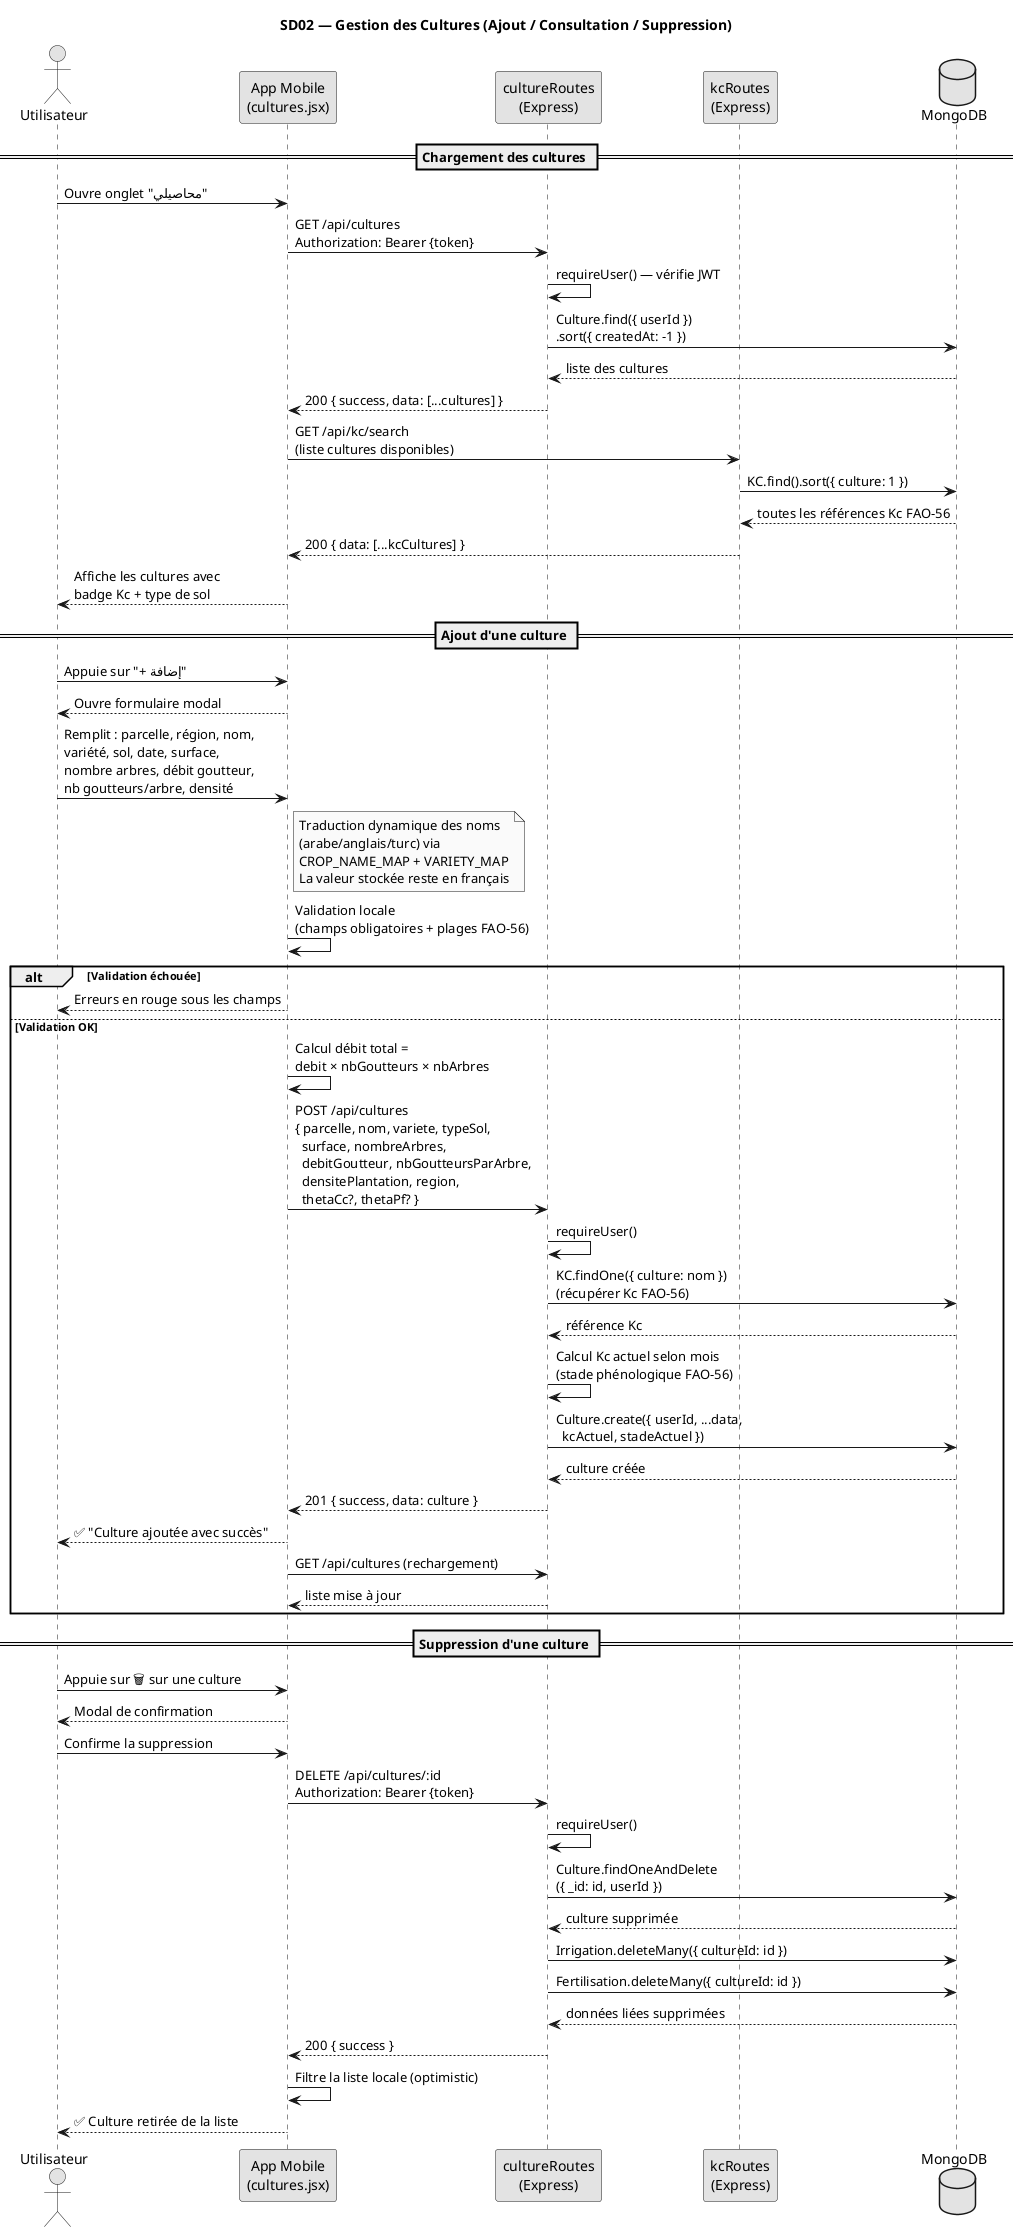
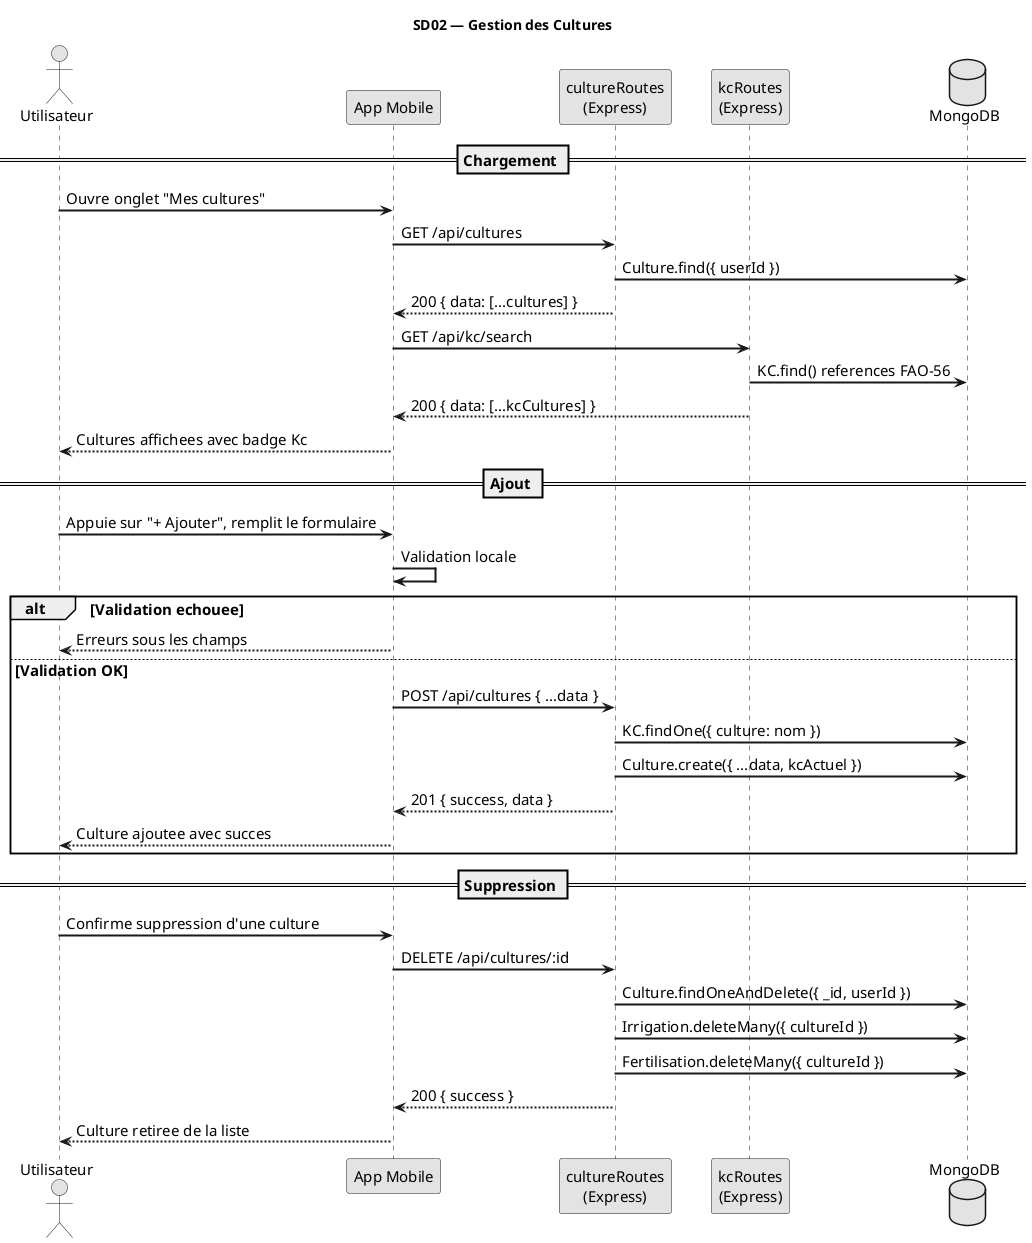
- @startuml SD02 — Gestion des Cultures
+ @startuml SD02_Gestion_Cultures

skinparam monochrome true
skinparam shadowing false
- title SD02 — Gestion des Cultures (Ajout / Consultation / Suppression)
+ skinparam defaultFontSize 15
+ skinparam sequenceParticipantFontSize 15
+ skinparam sequenceActorFontSize 15
+ skinparam sequenceMessageFontSize 13
+ skinparam sequenceParticipantPadding 15
+ skinparam sequenceActorPadding 10
+ skinparam ArrowThickness 2
+ 
+ title SD02 — Gestion des Cultures

actor "Utilisateur" as U
- participant "App Mobile\n(cultures.jsx)" as App
+ participant "App Mobile" as App
participant "cultureRoutes\n(Express)" as API
participant "kcRoutes\n(Express)" as KCAPI
database "MongoDB" as DB

- == Chargement des cultures ==
+ == Chargement ==

- U -> App : Ouvre onglet "محاصيلي"
- App -> API : GET /api/cultures\nAuthorization: Bearer {token}
- API -> API : requireUser() — vérifie JWT
- API -> DB : Culture.find({ userId })\n.sort({ createdAt: -1 })
- DB --> API : liste des cultures
- API --> App : 200 { success, data: [...cultures] }
- App -> KCAPI : GET /api/kc/search\n(liste cultures disponibles)
- KCAPI -> DB : KC.find().sort({ culture: 1 })
- DB --> KCAPI : toutes les références Kc FAO-56
+ U -> App : Ouvre onglet "Mes cultures"
+ App -> API : GET /api/cultures
+ API -> DB : Culture.find({ userId })
+ API --> App : 200 { data: [...cultures] }
+ App -> KCAPI : GET /api/kc/search
+ KCAPI -> DB : KC.find() references FAO-56
KCAPI --> App : 200 { data: [...kcCultures] }
- App --> U : Affiche les cultures avec\nbadge Kc + type de sol
+ App --> U : Cultures affichees avec badge Kc

- == Ajout d'une culture ==
+ == Ajout ==

- U -> App : Appuie sur "+ إضافة"
- App --> U : Ouvre formulaire modal
- U -> App : Remplit : parcelle, région, nom,\nvariété, sol, date, surface,\nnombre arbres, débit goutteur,\nnb goutteurs/arbre, densité
- note right of App
-   Traduction dynamique des noms
-   (arabe/anglais/turc) via
-   CROP_NAME_MAP + VARIETY_MAP
-   La valeur stockée reste en français
- end note
- App -> App : Validation locale\n(champs obligatoires + plages FAO-56)
- 
- alt Validation échouée
-   App --> U : Erreurs en rouge sous les champs
+ U -> App : Appuie sur "+ Ajouter", remplit le formulaire
+ App -> App : Validation locale
+ alt Validation echouee
+   App --> U : Erreurs sous les champs
else Validation OK
-   App -> App : Calcul débit total =\ndebit × nbGoutteurs × nbArbres
-   App -> API : POST /api/cultures\n{ parcelle, nom, variete, typeSol,\n  surface, nombreArbres,\n  debitGoutteur, nbGoutteursParArbre,\n  densitePlantation, region,\n  thetaCc?, thetaPf? }
-   API -> API : requireUser()
-   API -> DB : KC.findOne({ culture: nom })\n(récupérer Kc FAO-56)
-   DB --> API : référence Kc
-   API -> API : Calcul Kc actuel selon mois\n(stade phénologique FAO-56)
-   API -> DB : Culture.create({ userId, ...data,\n  kcActuel, stadeActuel })
-   DB --> API : culture créée
-   API --> App : 201 { success, data: culture }
-   App --> U : ✅ "Culture ajoutée avec succès"
-   App -> API : GET /api/cultures (rechargement)
-   API --> App : liste mise à jour
+   App -> API : POST /api/cultures { ...data }
+   API -> DB : KC.findOne({ culture: nom })
+   API -> DB : Culture.create({ ...data, kcActuel })
+   API --> App : 201 { success, data }
+   App --> U : Culture ajoutee avec succes
end

- == Suppression d'une culture ==
+ == Suppression ==

- U -> App : Appuie sur 🗑️ sur une culture
- App --> U : Modal de confirmation
- U -> App : Confirme la suppression
- App -> API : DELETE /api/cultures/:id\nAuthorization: Bearer {token}
- API -> API : requireUser()
- API -> DB : Culture.findOneAndDelete\n({ _id: id, userId })
- DB --> API : culture supprimée
- API -> DB : Irrigation.deleteMany({ cultureId: id })
- API -> DB : Fertilisation.deleteMany({ cultureId: id })
- DB --> API : données liées supprimées
+ U -> App : Confirme suppression d'une culture
+ App -> API : DELETE /api/cultures/:id
+ API -> DB : Culture.findOneAndDelete({ _id, userId })
+ API -> DB : Irrigation.deleteMany({ cultureId })
+ API -> DB : Fertilisation.deleteMany({ cultureId })
API --> App : 200 { success }
- App -> App : Filtre la liste locale (optimistic)
- App --> U : ✅ Culture retirée de la liste
+ App --> U : Culture retiree de la liste

- @enduml
+ @enduml